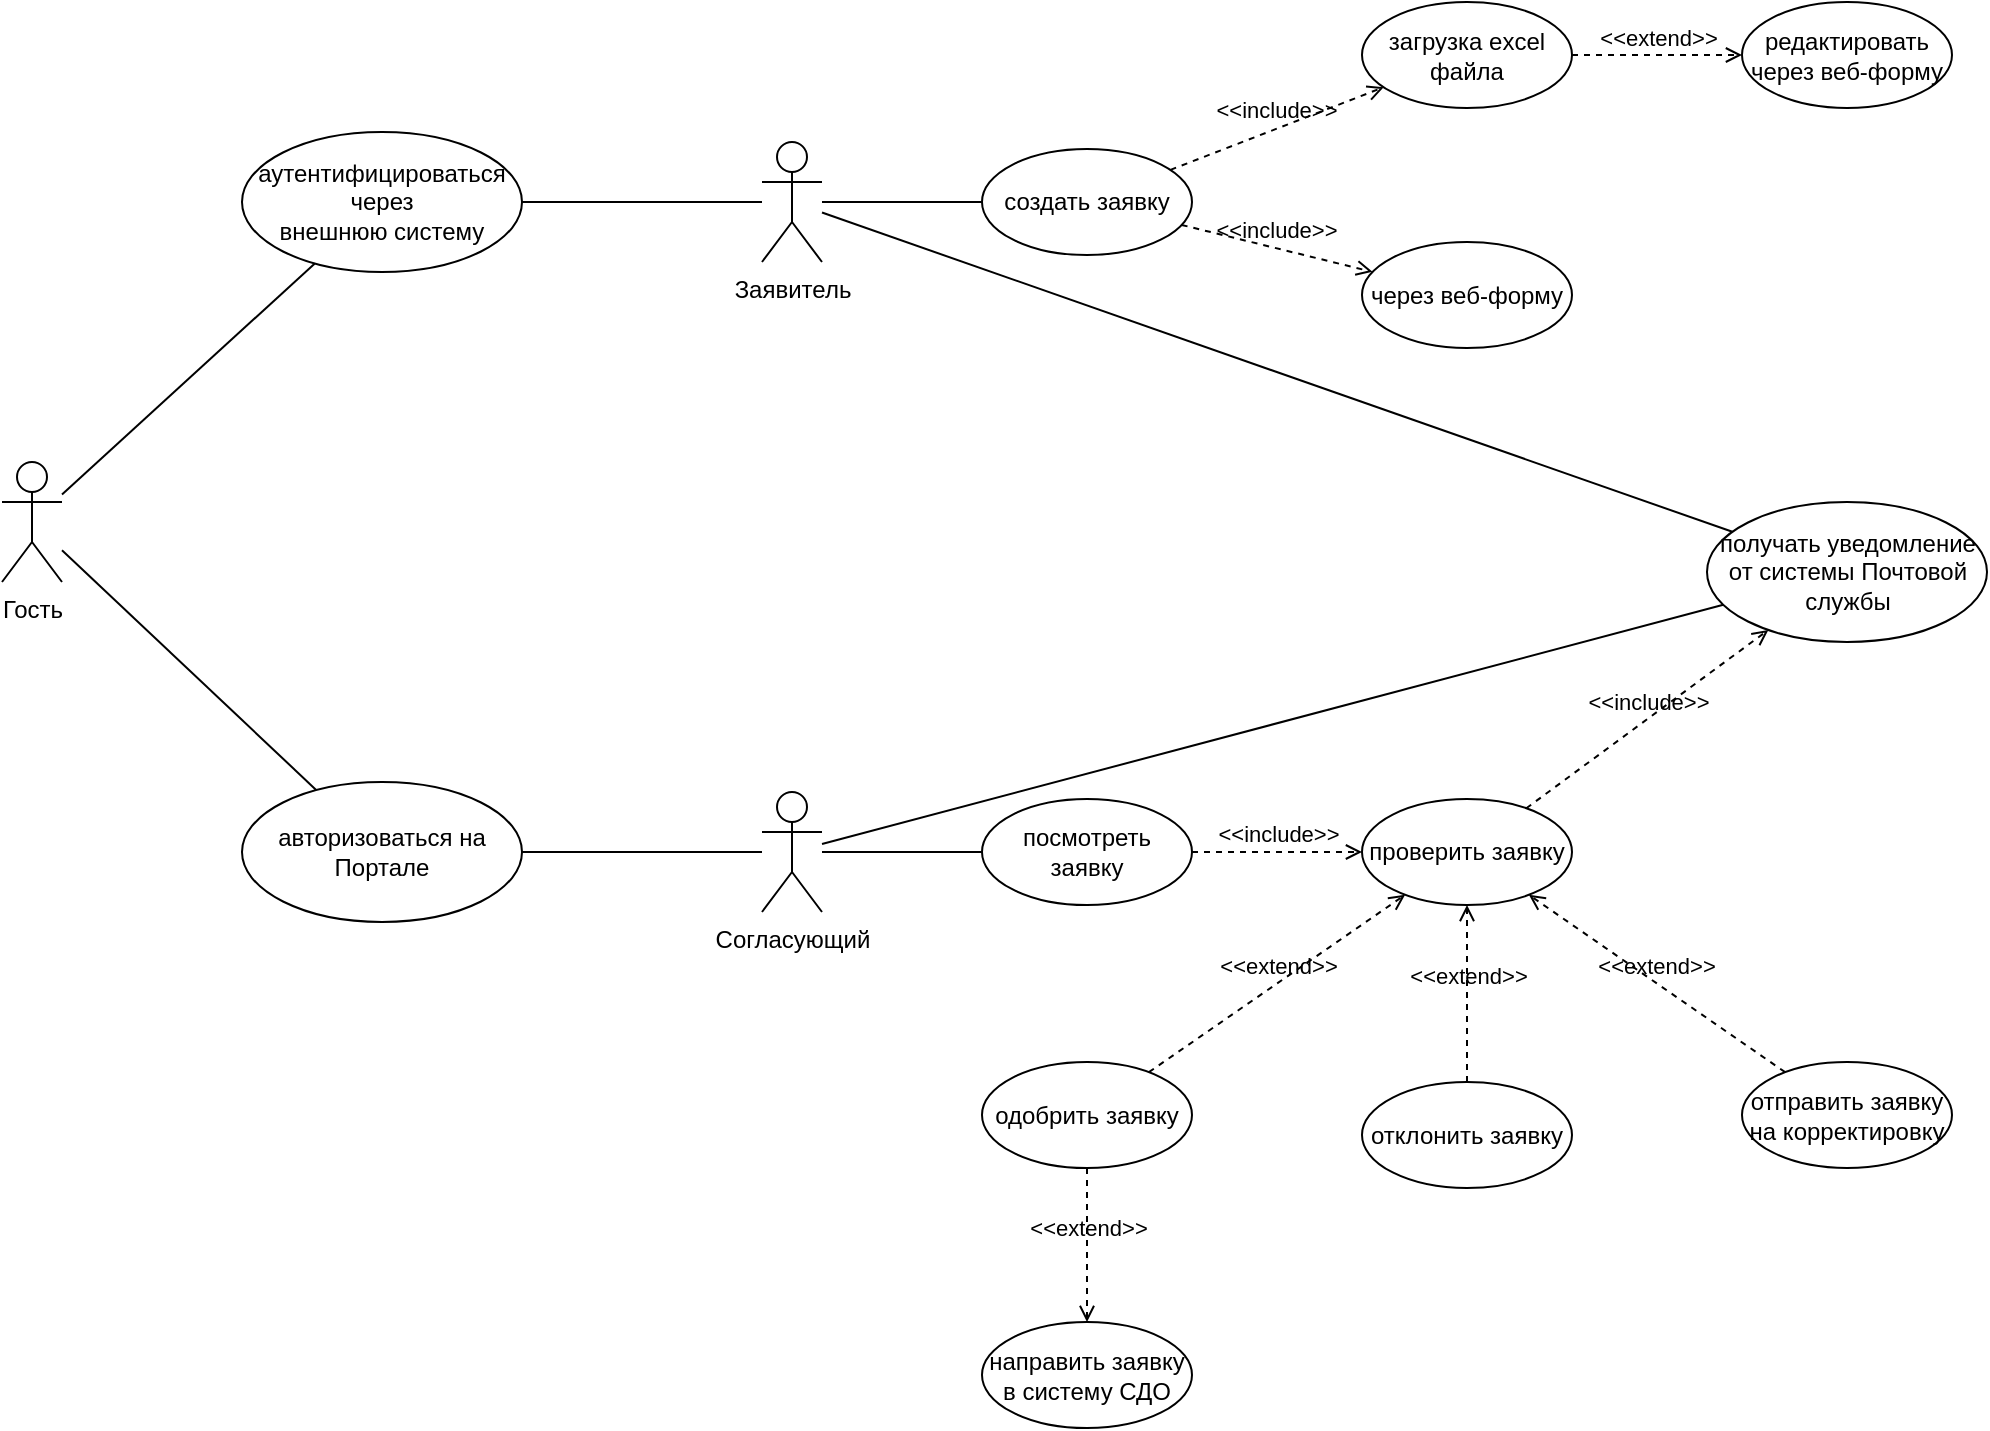
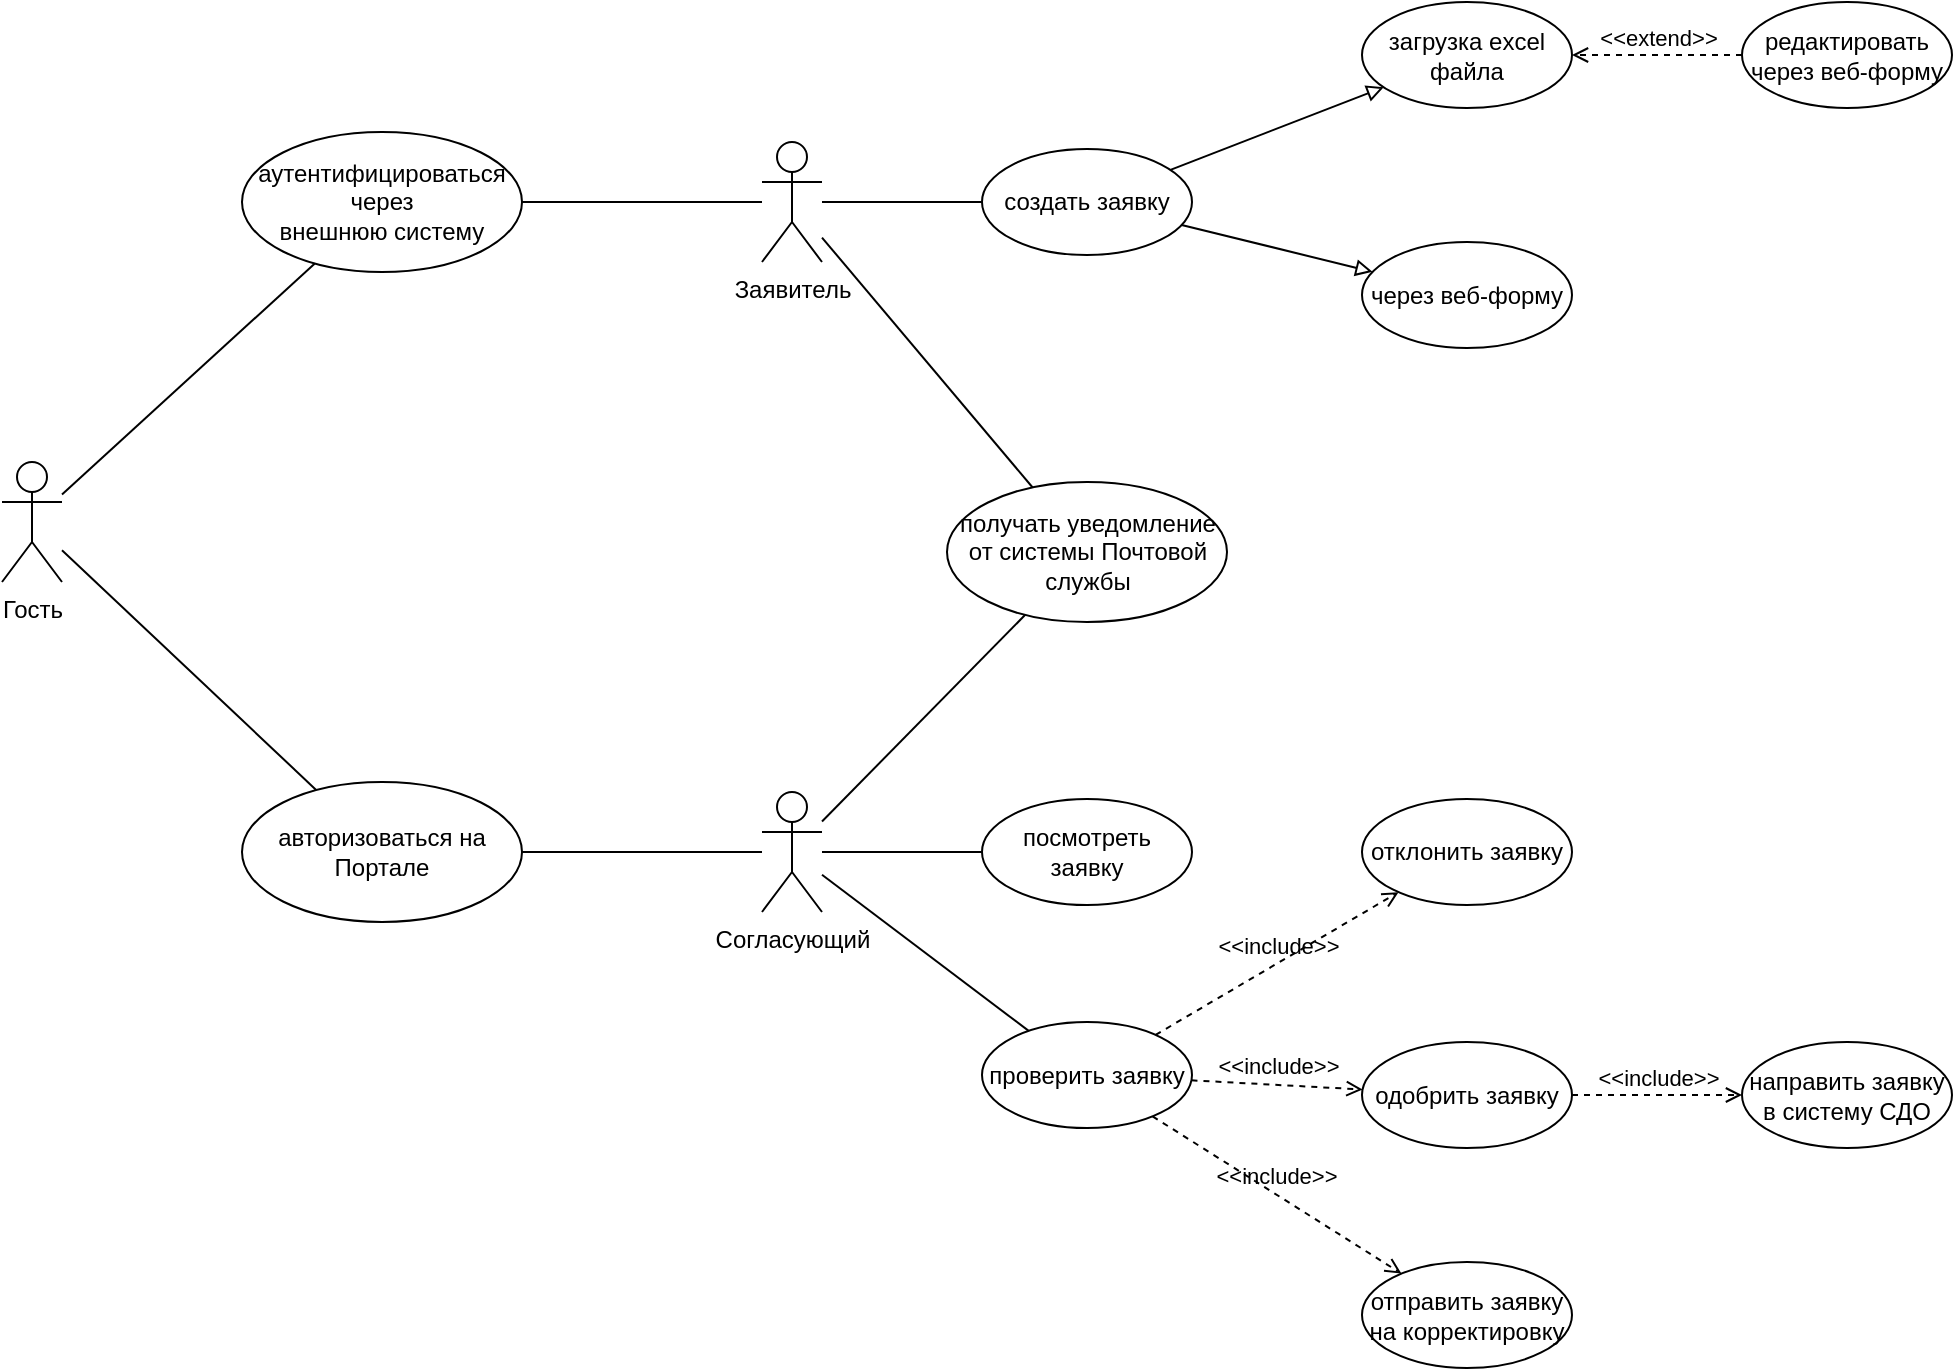
<mxfile host="Electron" agent="Mozilla/5.0 (Windows NT 10.0; Win64; x64) AppleWebKit/537.36 (KHTML, like Gecko) draw.io/28.0.6 Chrome/138.0.7204.100 Electron/37.2.3 Safari/537.36" version="28.0.6">
  <diagram name="Страница — 1" id="7P4EXBebbJKjYRTrkfpz">
-     <mxGraphModel dx="1968" dy="700" grid="1" gridSize="10" guides="1" tooltips="1" connect="1" arrows="1" fold="1" page="1" pageScale="1" pageWidth="827" pageHeight="1169" math="0" shadow="0">
+     <mxGraphModel dx="1810" dy="603" grid="1" gridSize="10" guides="1" tooltips="1" connect="1" arrows="1" fold="1" page="1" pageScale="1" pageWidth="827" pageHeight="1169" math="0" shadow="0">
      <root>
        <mxCell id="0" />
        <mxCell id="1" parent="0" />
-         <mxCell id="muAIwsCdEcCX4ZOFGzVe-1" value="Заявитель" style="shape=umlActor;verticalLabelPosition=bottom;verticalAlign=top;html=1;" vertex="1" parent="1">
+         <mxCell id="muAIwsCdEcCX4ZOFGzVe-1" value="Заявитель" style="shape=umlActor;verticalLabelPosition=bottom;verticalAlign=top;html=1;" parent="1" vertex="1">
          <mxGeometry x="220" y="240" width="30" height="60" as="geometry" />
        </mxCell>
-         <mxCell id="muAIwsCdEcCX4ZOFGzVe-5" style="rounded=0;orthogonalLoop=1;jettySize=auto;html=1;endArrow=none;endFill=0;" edge="1" parent="1" source="muAIwsCdEcCX4ZOFGzVe-2" target="muAIwsCdEcCX4ZOFGzVe-18">
+         <mxCell id="muAIwsCdEcCX4ZOFGzVe-5" style="rounded=0;orthogonalLoop=1;jettySize=auto;html=1;endArrow=none;endFill=0;" parent="1" source="muAIwsCdEcCX4ZOFGzVe-2" target="muAIwsCdEcCX4ZOFGzVe-18" edge="1">
          <mxGeometry relative="1" as="geometry">
            <mxPoint x="360" y="600" as="targetPoint" />
          </mxGeometry>
        </mxCell>
-         <mxCell id="muAIwsCdEcCX4ZOFGzVe-2" value="Согласующий" style="shape=umlActor;verticalLabelPosition=bottom;verticalAlign=top;html=1;" vertex="1" parent="1">
+         <mxCell id="muAIwsCdEcCX4ZOFGzVe-2" value="Согласующий" style="shape=umlActor;verticalLabelPosition=bottom;verticalAlign=top;html=1;" parent="1" vertex="1">
          <mxGeometry x="220" y="565" width="30" height="60" as="geometry" />
        </mxCell>
-         <mxCell id="muAIwsCdEcCX4ZOFGzVe-3" value="&lt;p&gt;проверить заявку&lt;/p&gt;" style="ellipse;whiteSpace=wrap;html=1;" vertex="1" parent="1">
+         <mxCell id="muAIwsCdEcCX4ZOFGzVe-3" value="&lt;p&gt;проверить заявку&lt;/p&gt;" style="ellipse;whiteSpace=wrap;html=1;" parent="1" vertex="1">
+           <mxGeometry x="330" y="680" width="105" height="53" as="geometry" />
+         </mxCell>
+         <mxCell id="muAIwsCdEcCX4ZOFGzVe-9" value="&lt;p&gt;одобрить заявку&lt;/p&gt;" style="ellipse;whiteSpace=wrap;html=1;" parent="1" vertex="1">
+           <mxGeometry x="520" y="690" width="105" height="53" as="geometry" />
+         </mxCell>
+         <mxCell id="muAIwsCdEcCX4ZOFGzVe-10" value="&lt;p&gt;отклонить заявку&lt;/p&gt;" style="ellipse;whiteSpace=wrap;html=1;" parent="1" vertex="1">
          <mxGeometry x="520" y="568.5" width="105" height="53" as="geometry" />
        </mxCell>
-         <mxCell id="muAIwsCdEcCX4ZOFGzVe-9" value="&lt;p&gt;одобрить заявку&lt;/p&gt;" style="ellipse;whiteSpace=wrap;html=1;" vertex="1" parent="1">
-           <mxGeometry x="330" y="700" width="105" height="53" as="geometry" />
+         <mxCell id="muAIwsCdEcCX4ZOFGzVe-11" value="&lt;p&gt;отправить заявку на корректировку&lt;/p&gt;" style="ellipse;whiteSpace=wrap;html=1;" parent="1" vertex="1">
+           <mxGeometry x="520" y="800" width="105" height="53" as="geometry" />
        </mxCell>
-         <mxCell id="muAIwsCdEcCX4ZOFGzVe-10" value="&lt;p&gt;отклонить заявку&lt;/p&gt;" style="ellipse;whiteSpace=wrap;html=1;" vertex="1" parent="1">
-           <mxGeometry x="520" y="710" width="105" height="53" as="geometry" />
-         </mxCell>
-         <mxCell id="muAIwsCdEcCX4ZOFGzVe-11" value="&lt;p&gt;отправить заявку на корректировку&lt;/p&gt;" style="ellipse;whiteSpace=wrap;html=1;" vertex="1" parent="1">
-           <mxGeometry x="710" y="700" width="105" height="53" as="geometry" />
-         </mxCell>
-         <mxCell id="muAIwsCdEcCX4ZOFGzVe-15" value="&amp;lt;&amp;lt;extend&amp;gt;&amp;gt;" style="html=1;verticalAlign=bottom;labelBackgroundColor=none;endArrow=open;endFill=0;dashed=1;rounded=0;" edge="1" parent="1" source="muAIwsCdEcCX4ZOFGzVe-9" target="muAIwsCdEcCX4ZOFGzVe-3">
-           <mxGeometry width="160" relative="1" as="geometry">
-             <mxPoint x="690" y="625" as="sourcePoint" />
-             <mxPoint x="850" y="625" as="targetPoint" />
-           </mxGeometry>
-         </mxCell>
-         <mxCell id="muAIwsCdEcCX4ZOFGzVe-16" value="&amp;lt;&amp;lt;extend&amp;gt;&amp;gt;" style="html=1;verticalAlign=bottom;labelBackgroundColor=none;endArrow=open;endFill=0;dashed=1;rounded=0;" edge="1" parent="1" source="muAIwsCdEcCX4ZOFGzVe-10" target="muAIwsCdEcCX4ZOFGzVe-3">
-           <mxGeometry width="160" relative="1" as="geometry">
-             <mxPoint x="600" y="745" as="sourcePoint" />
-             <mxPoint x="691" y="660" as="targetPoint" />
-           </mxGeometry>
-         </mxCell>
-         <mxCell id="muAIwsCdEcCX4ZOFGzVe-17" value="&amp;lt;&amp;lt;extend&amp;gt;&amp;gt;" style="html=1;verticalAlign=bottom;labelBackgroundColor=none;endArrow=open;endFill=0;dashed=1;rounded=0;" edge="1" parent="1" source="muAIwsCdEcCX4ZOFGzVe-11" target="muAIwsCdEcCX4ZOFGzVe-3">
-           <mxGeometry width="160" relative="1" as="geometry">
-             <mxPoint x="680" y="728" as="sourcePoint" />
-             <mxPoint x="680" y="650" as="targetPoint" />
-           </mxGeometry>
-         </mxCell>
-         <mxCell id="muAIwsCdEcCX4ZOFGzVe-18" value="&lt;p&gt;посмотреть заявку&lt;/p&gt;" style="ellipse;whiteSpace=wrap;html=1;" vertex="1" parent="1">
+         <mxCell id="muAIwsCdEcCX4ZOFGzVe-18" value="&lt;p&gt;посмотреть заявку&lt;/p&gt;" style="ellipse;whiteSpace=wrap;html=1;" parent="1" vertex="1">
          <mxGeometry x="330" y="568.5" width="105" height="53" as="geometry" />
        </mxCell>
-         <mxCell id="muAIwsCdEcCX4ZOFGzVe-20" value="&amp;lt;&amp;lt;include&amp;gt;&amp;gt;" style="html=1;verticalAlign=bottom;labelBackgroundColor=none;endArrow=open;endFill=0;dashed=1;rounded=0;" edge="1" parent="1" source="muAIwsCdEcCX4ZOFGzVe-18" target="muAIwsCdEcCX4ZOFGzVe-3">
-           <mxGeometry width="160" relative="1" as="geometry">
-             <mxPoint x="360" y="560" as="sourcePoint" />
-             <mxPoint x="520" y="560" as="targetPoint" />
-           </mxGeometry>
-         </mxCell>
-         <mxCell id="muAIwsCdEcCX4ZOFGzVe-21" value="Гость" style="shape=umlActor;verticalLabelPosition=bottom;verticalAlign=top;html=1;" vertex="1" parent="1">
+         <mxCell id="muAIwsCdEcCX4ZOFGzVe-21" value="Гость" style="shape=umlActor;verticalLabelPosition=bottom;verticalAlign=top;html=1;" parent="1" vertex="1">
          <mxGeometry x="-160" y="400" width="30" height="60" as="geometry" />
        </mxCell>
-         <mxCell id="muAIwsCdEcCX4ZOFGzVe-22" value="&lt;p&gt;&lt;/p&gt;&lt;p&gt;аутентифицироваться через &lt;br&gt;внешнюю систему&lt;/p&gt;" style="ellipse;whiteSpace=wrap;html=1;" vertex="1" parent="1">
+         <mxCell id="muAIwsCdEcCX4ZOFGzVe-22" value="&lt;p&gt;&lt;/p&gt;&lt;p&gt;аутентифицироваться через &lt;br&gt;внешнюю систему&lt;/p&gt;" style="ellipse;whiteSpace=wrap;html=1;" parent="1" vertex="1">
          <mxGeometry x="-40" y="235" width="140" height="70" as="geometry" />
        </mxCell>
-         <mxCell id="muAIwsCdEcCX4ZOFGzVe-23" style="rounded=0;orthogonalLoop=1;jettySize=auto;html=1;endArrow=none;endFill=0;" edge="1" parent="1" source="muAIwsCdEcCX4ZOFGzVe-21" target="muAIwsCdEcCX4ZOFGzVe-22">
+         <mxCell id="muAIwsCdEcCX4ZOFGzVe-23" style="rounded=0;orthogonalLoop=1;jettySize=auto;html=1;endArrow=none;endFill=0;" parent="1" source="muAIwsCdEcCX4ZOFGzVe-21" target="muAIwsCdEcCX4ZOFGzVe-22" edge="1">
          <mxGeometry relative="1" as="geometry">
            <mxPoint x="60" y="600" as="sourcePoint" />
            <mxPoint x="140" y="600" as="targetPoint" />
          </mxGeometry>
        </mxCell>
-         <mxCell id="muAIwsCdEcCX4ZOFGzVe-24" style="rounded=0;orthogonalLoop=1;jettySize=auto;html=1;endArrow=none;endFill=0;" edge="1" parent="1" source="muAIwsCdEcCX4ZOFGzVe-22" target="muAIwsCdEcCX4ZOFGzVe-1">
+         <mxCell id="muAIwsCdEcCX4ZOFGzVe-24" style="rounded=0;orthogonalLoop=1;jettySize=auto;html=1;endArrow=none;endFill=0;" parent="1" source="muAIwsCdEcCX4ZOFGzVe-22" target="muAIwsCdEcCX4ZOFGzVe-1" edge="1">
          <mxGeometry relative="1" as="geometry">
            <mxPoint x="30" y="405" as="sourcePoint" />
            <mxPoint x="132" y="370" as="targetPoint" />
          </mxGeometry>
        </mxCell>
-         <mxCell id="muAIwsCdEcCX4ZOFGzVe-25" value="&lt;p&gt;&lt;/p&gt;&lt;p&gt;&lt;/p&gt;&lt;p&gt;авторизоваться на Портале&lt;/p&gt;" style="ellipse;whiteSpace=wrap;html=1;" vertex="1" parent="1">
+         <mxCell id="muAIwsCdEcCX4ZOFGzVe-25" value="&lt;p&gt;&lt;/p&gt;&lt;p&gt;&lt;/p&gt;&lt;p&gt;авторизоваться на Портале&lt;/p&gt;" style="ellipse;whiteSpace=wrap;html=1;" parent="1" vertex="1">
          <mxGeometry x="-40" y="560" width="140" height="70" as="geometry" />
        </mxCell>
-         <mxCell id="muAIwsCdEcCX4ZOFGzVe-26" style="rounded=0;orthogonalLoop=1;jettySize=auto;html=1;endArrow=none;endFill=0;" edge="1" parent="1" source="muAIwsCdEcCX4ZOFGzVe-21" target="muAIwsCdEcCX4ZOFGzVe-25">
+         <mxCell id="muAIwsCdEcCX4ZOFGzVe-26" style="rounded=0;orthogonalLoop=1;jettySize=auto;html=1;endArrow=none;endFill=0;" parent="1" source="muAIwsCdEcCX4ZOFGzVe-21" target="muAIwsCdEcCX4ZOFGzVe-25" edge="1">
          <mxGeometry relative="1" as="geometry">
            <mxPoint x="-70" y="545" as="sourcePoint" />
            <mxPoint x="32" y="510" as="targetPoint" />
          </mxGeometry>
        </mxCell>
-         <mxCell id="muAIwsCdEcCX4ZOFGzVe-27" style="rounded=0;orthogonalLoop=1;jettySize=auto;html=1;endArrow=none;endFill=0;" edge="1" parent="1" source="muAIwsCdEcCX4ZOFGzVe-25" target="muAIwsCdEcCX4ZOFGzVe-2">
+         <mxCell id="muAIwsCdEcCX4ZOFGzVe-27" style="rounded=0;orthogonalLoop=1;jettySize=auto;html=1;endArrow=none;endFill=0;" parent="1" source="muAIwsCdEcCX4ZOFGzVe-25" target="muAIwsCdEcCX4ZOFGzVe-2" edge="1">
          <mxGeometry relative="1" as="geometry">
            <mxPoint x="170" y="520" as="sourcePoint" />
            <mxPoint x="280" y="520" as="targetPoint" />
          </mxGeometry>
        </mxCell>
-         <mxCell id="muAIwsCdEcCX4ZOFGzVe-28" value="&lt;p&gt;создать заявку&lt;/p&gt;" style="ellipse;whiteSpace=wrap;html=1;" vertex="1" parent="1">
+         <mxCell id="muAIwsCdEcCX4ZOFGzVe-28" value="&lt;p&gt;создать заявку&lt;/p&gt;" style="ellipse;whiteSpace=wrap;html=1;" parent="1" vertex="1">
          <mxGeometry x="330" y="243.5" width="105" height="53" as="geometry" />
        </mxCell>
-         <mxCell id="muAIwsCdEcCX4ZOFGzVe-30" style="rounded=0;orthogonalLoop=1;jettySize=auto;html=1;endArrow=none;endFill=0;" edge="1" parent="1" source="muAIwsCdEcCX4ZOFGzVe-1" target="muAIwsCdEcCX4ZOFGzVe-28">
+         <mxCell id="muAIwsCdEcCX4ZOFGzVe-30" style="rounded=0;orthogonalLoop=1;jettySize=auto;html=1;endArrow=none;endFill=0;" parent="1" source="muAIwsCdEcCX4ZOFGzVe-1" target="muAIwsCdEcCX4ZOFGzVe-28" edge="1">
          <mxGeometry relative="1" as="geometry">
            <mxPoint x="310" y="320" as="sourcePoint" />
            <mxPoint x="420" y="320" as="targetPoint" />
          </mxGeometry>
        </mxCell>
-         <mxCell id="muAIwsCdEcCX4ZOFGzVe-31" value="&lt;p&gt;&lt;/p&gt;&lt;p&gt;загрузка excel файла&lt;/p&gt;" style="ellipse;whiteSpace=wrap;html=1;" vertex="1" parent="1">
+         <mxCell id="muAIwsCdEcCX4ZOFGzVe-31" value="&lt;p&gt;&lt;/p&gt;&lt;p&gt;загрузка excel файла&lt;/p&gt;" style="ellipse;whiteSpace=wrap;html=1;" parent="1" vertex="1">
          <mxGeometry x="520" y="170" width="105" height="53" as="geometry" />
        </mxCell>
-         <mxCell id="muAIwsCdEcCX4ZOFGzVe-32" value="&lt;p&gt;&lt;/p&gt;&lt;p&gt;через&amp;nbsp;&lt;span style=&quot;background-color: transparent; color: light-dark(rgb(0, 0, 0), rgb(255, 255, 255));&quot;&gt;веб-форму&lt;/span&gt;&lt;/p&gt;" style="ellipse;whiteSpace=wrap;html=1;" vertex="1" parent="1">
+         <mxCell id="muAIwsCdEcCX4ZOFGzVe-32" value="&lt;p&gt;&lt;/p&gt;&lt;p&gt;через&amp;nbsp;&lt;span style=&quot;background-color: transparent; color: light-dark(rgb(0, 0, 0), rgb(255, 255, 255));&quot;&gt;веб-форму&lt;/span&gt;&lt;/p&gt;" style="ellipse;whiteSpace=wrap;html=1;" parent="1" vertex="1">
          <mxGeometry x="520" y="290" width="105" height="53" as="geometry" />
        </mxCell>
-         <mxCell id="muAIwsCdEcCX4ZOFGzVe-33" value="&amp;lt;&amp;lt;include&amp;gt;&amp;gt;" style="html=1;verticalAlign=bottom;labelBackgroundColor=none;endArrow=open;endFill=0;dashed=1;rounded=0;" edge="1" parent="1" source="muAIwsCdEcCX4ZOFGzVe-28" target="muAIwsCdEcCX4ZOFGzVe-31">
+         <mxCell id="muAIwsCdEcCX4ZOFGzVe-35" value="&lt;p&gt;&lt;/p&gt;&lt;p&gt;редактировать через веб-форму&lt;/p&gt;" style="ellipse;whiteSpace=wrap;html=1;" parent="1" vertex="1">
+           <mxGeometry x="710" y="170" width="105" height="53" as="geometry" />
+         </mxCell>
+         <mxCell id="muAIwsCdEcCX4ZOFGzVe-36" value="&amp;lt;&amp;lt;extend&amp;gt;&amp;gt;" style="html=1;verticalAlign=bottom;labelBackgroundColor=none;endArrow=open;endFill=0;dashed=1;rounded=0;" parent="1" source="muAIwsCdEcCX4ZOFGzVe-35" target="muAIwsCdEcCX4ZOFGzVe-31" edge="1">
          <mxGeometry width="160" relative="1" as="geometry">
-             <mxPoint x="420" y="210" as="sourcePoint" />
-             <mxPoint x="505" y="210" as="targetPoint" />
+             <mxPoint x="650" y="120" as="sourcePoint" />
+             <mxPoint x="690" y="200" as="targetPoint" />
          </mxGeometry>
        </mxCell>
-         <mxCell id="muAIwsCdEcCX4ZOFGzVe-34" value="&amp;lt;&amp;lt;include&amp;gt;&amp;gt;" style="html=1;verticalAlign=bottom;labelBackgroundColor=none;endArrow=open;endFill=0;dashed=1;rounded=0;" edge="1" parent="1" source="muAIwsCdEcCX4ZOFGzVe-28" target="muAIwsCdEcCX4ZOFGzVe-32">
-           <mxGeometry width="160" relative="1" as="geometry">
-             <mxPoint x="470" y="295" as="sourcePoint" />
-             <mxPoint x="537" y="260" as="targetPoint" />
-           </mxGeometry>
+         <mxCell id="muAIwsCdEcCX4ZOFGzVe-37" value="&lt;p&gt;&lt;/p&gt;&lt;p&gt;направить заявку в систему СДО&lt;/p&gt;" style="ellipse;whiteSpace=wrap;html=1;" parent="1" vertex="1">
+           <mxGeometry x="710" y="690" width="105" height="53" as="geometry" />
        </mxCell>
-         <mxCell id="muAIwsCdEcCX4ZOFGzVe-35" value="&lt;p&gt;&lt;/p&gt;&lt;p&gt;редактировать через веб-форму&lt;/p&gt;" style="ellipse;whiteSpace=wrap;html=1;" vertex="1" parent="1">
-           <mxGeometry x="710" y="170" width="105" height="53" as="geometry" />
+         <mxCell id="muAIwsCdEcCX4ZOFGzVe-39" value="&lt;p&gt;&lt;/p&gt;&lt;p&gt;получать уведомление от системы Почтовой службы&lt;/p&gt;" style="ellipse;whiteSpace=wrap;html=1;" parent="1" vertex="1">
+           <mxGeometry x="312.5" y="410" width="140" height="70" as="geometry" />
        </mxCell>
-         <mxCell id="muAIwsCdEcCX4ZOFGzVe-36" value="&amp;lt;&amp;lt;extend&amp;gt;&amp;gt;" style="html=1;verticalAlign=bottom;labelBackgroundColor=none;endArrow=open;endFill=0;dashed=1;rounded=0;" edge="1" parent="1" source="muAIwsCdEcCX4ZOFGzVe-31" target="muAIwsCdEcCX4ZOFGzVe-35">
-           <mxGeometry width="160" relative="1" as="geometry">
-             <mxPoint x="839" y="509" as="sourcePoint" />
-             <mxPoint x="710" y="420" as="targetPoint" />
-           </mxGeometry>
-         </mxCell>
-         <mxCell id="muAIwsCdEcCX4ZOFGzVe-37" value="&lt;p&gt;&lt;/p&gt;&lt;p&gt;направить заявку в систему СДО&lt;/p&gt;" style="ellipse;whiteSpace=wrap;html=1;" vertex="1" parent="1">
-           <mxGeometry x="330" y="830" width="105" height="53" as="geometry" />
-         </mxCell>
-         <mxCell id="muAIwsCdEcCX4ZOFGzVe-38" value="&amp;lt;&amp;lt;extend&amp;gt;&amp;gt;" style="html=1;verticalAlign=bottom;labelBackgroundColor=none;endArrow=open;endFill=0;dashed=1;rounded=0;" edge="1" parent="1" source="muAIwsCdEcCX4ZOFGzVe-9" target="muAIwsCdEcCX4ZOFGzVe-37">
-           <mxGeometry width="160" relative="1" as="geometry">
-             <mxPoint x="490" y="909" as="sourcePoint" />
-             <mxPoint x="619" y="820" as="targetPoint" />
-           </mxGeometry>
-         </mxCell>
-         <mxCell id="muAIwsCdEcCX4ZOFGzVe-39" value="&lt;p&gt;&lt;/p&gt;&lt;p&gt;получать уведомление от системы Почтовой службы&lt;/p&gt;" style="ellipse;whiteSpace=wrap;html=1;" vertex="1" parent="1">
-           <mxGeometry x="692.5" y="420" width="140" height="70" as="geometry" />
-         </mxCell>
-         <mxCell id="muAIwsCdEcCX4ZOFGzVe-40" value="&amp;lt;&amp;lt;include&amp;gt;&amp;gt;" style="html=1;verticalAlign=bottom;labelBackgroundColor=none;endArrow=open;endFill=0;dashed=1;rounded=0;" edge="1" parent="1" source="muAIwsCdEcCX4ZOFGzVe-3" target="muAIwsCdEcCX4ZOFGzVe-39">
-           <mxGeometry width="160" relative="1" as="geometry">
-             <mxPoint x="530" y="510" as="sourcePoint" />
-             <mxPoint x="615" y="510" as="targetPoint" />
-           </mxGeometry>
-         </mxCell>
-         <mxCell id="muAIwsCdEcCX4ZOFGzVe-43" style="rounded=0;orthogonalLoop=1;jettySize=auto;html=1;endArrow=none;endFill=0;" edge="1" parent="1" source="muAIwsCdEcCX4ZOFGzVe-1" target="muAIwsCdEcCX4ZOFGzVe-39">
+         <mxCell id="muAIwsCdEcCX4ZOFGzVe-43" style="rounded=0;orthogonalLoop=1;jettySize=auto;html=1;endArrow=none;endFill=0;" parent="1" source="muAIwsCdEcCX4ZOFGzVe-1" target="muAIwsCdEcCX4ZOFGzVe-39" edge="1">
          <mxGeometry relative="1" as="geometry">
            <mxPoint x="380" y="430" as="sourcePoint" />
            <mxPoint x="460" y="430" as="targetPoint" />
          </mxGeometry>
        </mxCell>
-         <mxCell id="muAIwsCdEcCX4ZOFGzVe-44" style="rounded=0;orthogonalLoop=1;jettySize=auto;html=1;endArrow=none;endFill=0;" edge="1" parent="1" source="muAIwsCdEcCX4ZOFGzVe-2" target="muAIwsCdEcCX4ZOFGzVe-39">
+         <mxCell id="muAIwsCdEcCX4ZOFGzVe-44" style="rounded=0;orthogonalLoop=1;jettySize=auto;html=1;endArrow=none;endFill=0;" parent="1" source="muAIwsCdEcCX4ZOFGzVe-2" target="muAIwsCdEcCX4ZOFGzVe-39" edge="1">
          <mxGeometry relative="1" as="geometry">
            <mxPoint x="560" y="440" as="sourcePoint" />
            <mxPoint x="1015" y="600" as="targetPoint" />
+           </mxGeometry>
+         </mxCell>
+         <mxCell id="6og8rQN5JDyeQ8Mc1Z28-1" value="" style="html=1;verticalAlign=bottom;labelBackgroundColor=none;endArrow=block;endFill=0;rounded=0;" edge="1" parent="1" source="muAIwsCdEcCX4ZOFGzVe-28" target="muAIwsCdEcCX4ZOFGzVe-32">
+           <mxGeometry width="160" relative="1" as="geometry">
+             <mxPoint x="230" y="410" as="sourcePoint" />
+             <mxPoint x="390" y="410" as="targetPoint" />
+           </mxGeometry>
+         </mxCell>
+         <mxCell id="6og8rQN5JDyeQ8Mc1Z28-2" value="" style="html=1;verticalAlign=bottom;labelBackgroundColor=none;endArrow=block;endFill=0;rounded=0;" edge="1" parent="1" source="muAIwsCdEcCX4ZOFGzVe-28" target="muAIwsCdEcCX4ZOFGzVe-31">
+           <mxGeometry width="160" relative="1" as="geometry">
+             <mxPoint x="470" y="250" as="sourcePoint" />
+             <mxPoint x="565" y="273" as="targetPoint" />
+           </mxGeometry>
+         </mxCell>
+         <mxCell id="6og8rQN5JDyeQ8Mc1Z28-3" value="&amp;lt;&amp;lt;include&amp;gt;&amp;gt;" style="html=1;verticalAlign=bottom;labelBackgroundColor=none;endArrow=open;endFill=0;dashed=1;rounded=0;" edge="1" parent="1" source="muAIwsCdEcCX4ZOFGzVe-9" target="muAIwsCdEcCX4ZOFGzVe-37">
+           <mxGeometry width="160" relative="1" as="geometry">
+             <mxPoint x="260" y="840" as="sourcePoint" />
+             <mxPoint x="345" y="840" as="targetPoint" />
+           </mxGeometry>
+         </mxCell>
+         <mxCell id="6og8rQN5JDyeQ8Mc1Z28-5" style="rounded=0;orthogonalLoop=1;jettySize=auto;html=1;endArrow=none;endFill=0;" edge="1" parent="1" source="muAIwsCdEcCX4ZOFGzVe-2" target="muAIwsCdEcCX4ZOFGzVe-3">
+           <mxGeometry relative="1" as="geometry">
+             <mxPoint x="540" y="630" as="targetPoint" />
+             <mxPoint x="460" y="630" as="sourcePoint" />
+           </mxGeometry>
+         </mxCell>
+         <mxCell id="6og8rQN5JDyeQ8Mc1Z28-6" value="&amp;lt;&amp;lt;include&amp;gt;&amp;gt;" style="html=1;verticalAlign=bottom;labelBackgroundColor=none;endArrow=open;endFill=0;dashed=1;rounded=0;" edge="1" parent="1" source="muAIwsCdEcCX4ZOFGzVe-3" target="muAIwsCdEcCX4ZOFGzVe-11">
+           <mxGeometry width="160" relative="1" as="geometry">
+             <mxPoint x="360" y="790" as="sourcePoint" />
+             <mxPoint x="445" y="790" as="targetPoint" />
+           </mxGeometry>
+         </mxCell>
+         <mxCell id="6og8rQN5JDyeQ8Mc1Z28-7" value="&amp;lt;&amp;lt;include&amp;gt;&amp;gt;" style="html=1;verticalAlign=bottom;labelBackgroundColor=none;endArrow=open;endFill=0;dashed=1;rounded=0;" edge="1" parent="1" source="muAIwsCdEcCX4ZOFGzVe-3" target="muAIwsCdEcCX4ZOFGzVe-9">
+           <mxGeometry width="160" relative="1" as="geometry">
+             <mxPoint x="400" y="800" as="sourcePoint" />
+             <mxPoint x="525" y="879" as="targetPoint" />
+           </mxGeometry>
+         </mxCell>
+         <mxCell id="6og8rQN5JDyeQ8Mc1Z28-8" value="&amp;lt;&amp;lt;include&amp;gt;&amp;gt;" style="html=1;verticalAlign=bottom;labelBackgroundColor=none;endArrow=open;endFill=0;dashed=1;rounded=0;" edge="1" parent="1" source="muAIwsCdEcCX4ZOFGzVe-3" target="muAIwsCdEcCX4ZOFGzVe-10">
+           <mxGeometry width="160" relative="1" as="geometry">
+             <mxPoint x="480" y="650" as="sourcePoint" />
+             <mxPoint x="565" y="655" as="targetPoint" />
          </mxGeometry>
        </mxCell>
      </root>
    </mxGraphModel>
  </diagram>
</mxfile>
